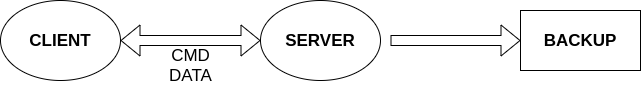
The draw.io diagram diagrams/architettura/3.png in ale99WGiais/tesina_iot, before a commit. Source tidied: cells renumbered, new cells last; positions are measured from the earlier drawing's top-left corner, leaving out a move shared by most shapes.
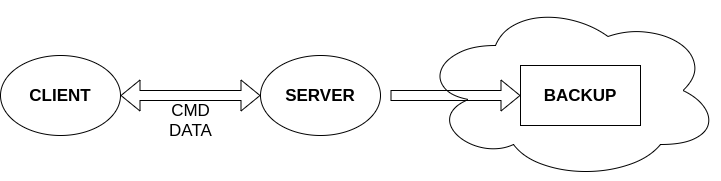
The same diagram one commit later.

Change to the diagram source:
```diff
@@ -2,6 +2,9 @@
   <root>
     <mxCell id="0" />
     <mxCell id="1" parent="0" />
+    <mxCell id="8" style="ellipse;shape=cloud;whiteSpace=wrap;html=1;" parent="1" vertex="1">
+      <mxGeometry x="420" y="-55" width="300" height="180" as="geometry" />
+    </mxCell>
     <mxCell id="2" value="CLIENT" style="ellipse;whiteSpace=wrap;html=1;fontStyle=1;fontSize=17;" parent="1" vertex="1">
       <mxGeometry width="120" height="80" as="geometry" />
     </mxCell>
```
